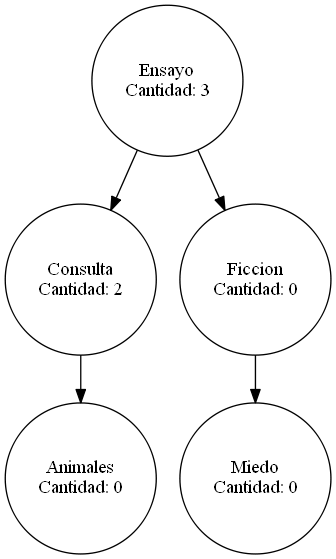
This is reportes/Categorias.png from XiomRB/EDD_1S2020_PY2_201500332, a Graphviz export, as it was before one commit. Its source is kept beside it as reportes/Categorias.dot.
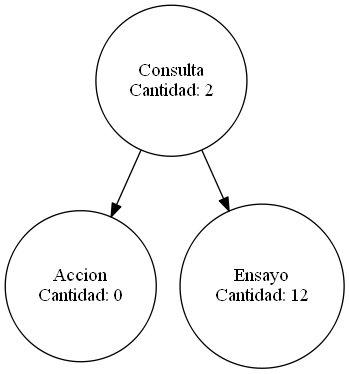
After the change.

The edit, as a diff of the source:
```diff
@@ -1,7 +1,5 @@
 digraph g{
 node[shape = circle];
-"Ensayo\nCantidad: 3" -> "Consulta\nCantidad: 2";
-"Ensayo\nCantidad: 3" -> "Ficcion\nCantidad: 0";
-"Consulta\nCantidad: 2" -> "Animales\nCantidad: 0";
-"Ficcion\nCantidad: 0" -> "Miedo\nCantidad: 0";
+"Consulta\nCantidad: 2" -> "Accion\nCantidad: 0";
+"Consulta\nCantidad: 2" -> "Ensayo\nCantidad: 12";
 }
```
